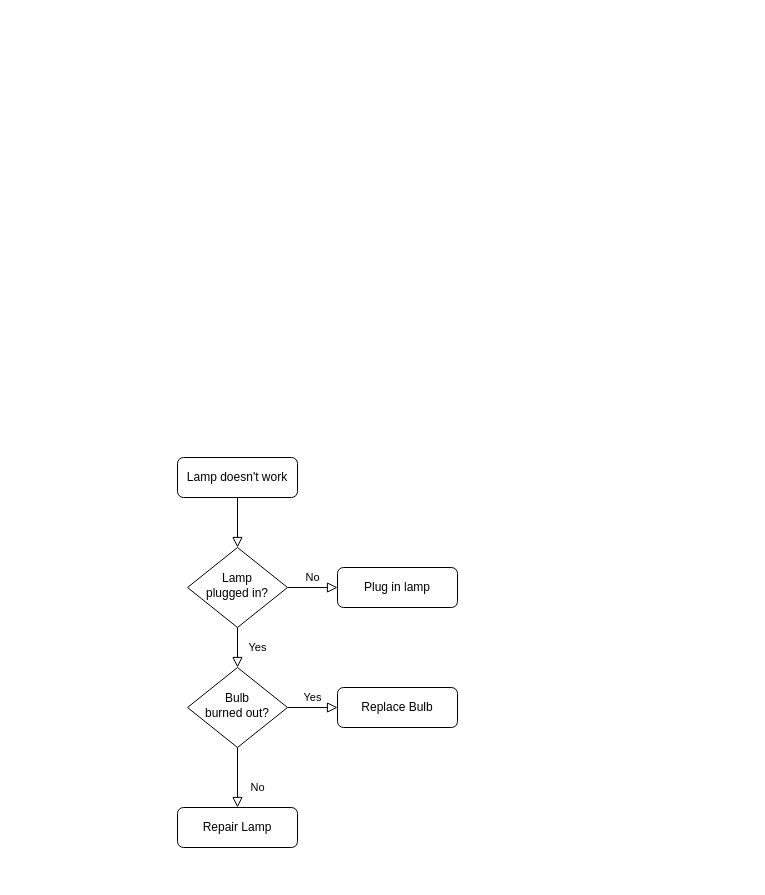
The draw.io diagram Untitled Diagram.drawio in alordiel/block-schemas, before the edit. Source tidied: cells renumbered, new cells numbered last; positions are measured from the earlier drawing's top-left corner, leaving out a move shared by most shapes. Both pictures are drawn from the tidied source at 100%, with x=0, y=0 at pixel (177, 457).
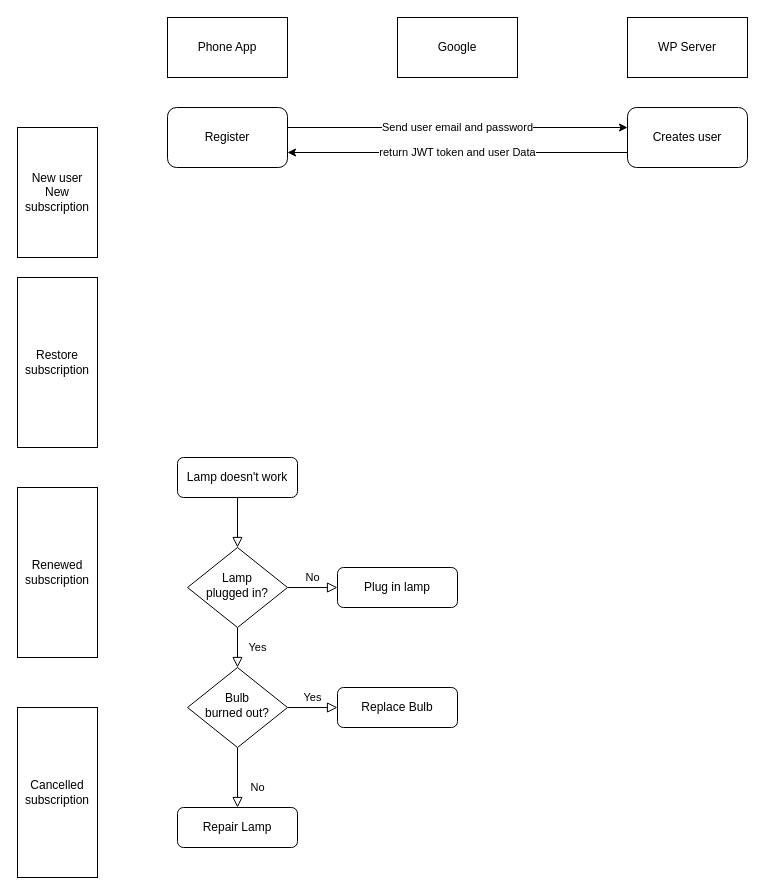
The same page after the edit.

Commit message:
App Subscription Process.drawio

What changed in the source:
```diff
@@
+    <mxCell id="13" value="Creates user" style="rounded=1;whiteSpace=wrap;html=1;" parent="1" vertex="1">
+      <mxGeometry x="450" y="-350" width="120" height="60" as="geometry" />
+    </mxCell>
+    <mxCell id="14" value="Phone App" style="rounded=0;whiteSpace=wrap;html=1;" parent="1" vertex="1">
+      <mxGeometry x="-10" y="-440" width="120" height="60" as="geometry" />
+    </mxCell>
+    <mxCell id="15" value="Google" style="rounded=0;whiteSpace=wrap;html=1;" parent="1" vertex="1">
+      <mxGeometry x="220" y="-440" width="120" height="60" as="geometry" />
+    </mxCell>
+    <mxCell id="16" value="WP Server" style="rounded=0;whiteSpace=wrap;html=1;" parent="1" vertex="1">
+      <mxGeometry x="450" y="-440" width="120" height="60" as="geometry" />
+    </mxCell>
+    <mxCell id="17" value="&lt;div&gt;New user&lt;/div&gt;&lt;div&gt;New subscription&lt;br&gt;&lt;/div&gt;" style="rounded=0;whiteSpace=wrap;html=1;" parent="1" vertex="1">
+      <mxGeometry x="-160" y="-330" width="80" height="130" as="geometry" />
+    </mxCell>
+    <mxCell id="18" value="Restore subscription" style="rounded=0;whiteSpace=wrap;html=1;" parent="1" vertex="1">
+      <mxGeometry x="-160" y="-180" width="80" height="170" as="geometry" />
+    </mxCell>
+    <mxCell id="19" value="Cancelled subscription" style="rounded=0;whiteSpace=wrap;html=1;" parent="1" vertex="1">
+      <mxGeometry x="-160" y="250" width="80" height="170" as="geometry" />
+    </mxCell>
+    <mxCell id="20" value="Renewed subscription" style="rounded=0;whiteSpace=wrap;html=1;" parent="1" vertex="1">
+      <mxGeometry x="-160" y="30" width="80" height="170" as="geometry" />
+    </mxCell>
+    <mxCell id="21" value="Register" style="rounded=1;whiteSpace=wrap;html=1;" parent="1" vertex="1">
+      <mxGeometry x="-10" y="-350" width="120" height="60" as="geometry" />
+    </mxCell>
+    <mxCell id="22" value="Send user email and password" style="endArrow=classic;html=1;rounded=0;exitX=1;exitY=0.5;exitDx=0;exitDy=0;entryX=0;entryY=0.5;entryDx=0;entryDy=0;" parent="1" edge="1">
+      <mxGeometry relative="1" as="geometry">
+        <mxPoint x="110" y="-330" as="sourcePoint" />
+        <mxPoint x="450" y="-330" as="targetPoint" />
+      </mxGeometry>
+    </mxCell>
+    <mxCell id="23" value="return JWT token and user Data" style="endArrow=classic;html=1;rounded=0;exitX=0;exitY=0.75;exitDx=0;exitDy=0;entryX=1;entryY=0.75;entryDx=0;entryDy=0;" parent="1" edge="1" source="13" target="21">
+      <mxGeometry relative="1" as="geometry" />
+    </mxCell>
```
